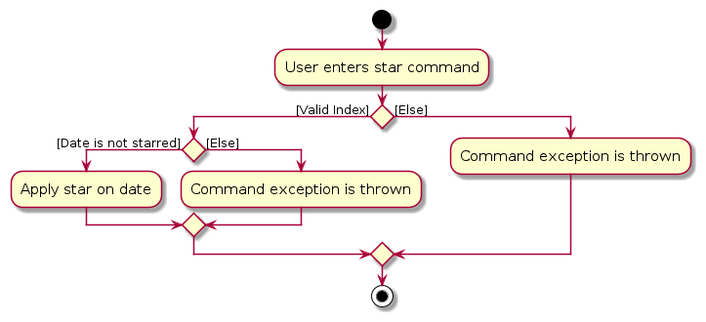
Above: diagrams/StarActivity.png in AY2324S1-CS2103T-F10-2/tp (PlantUML), before the change. Its source is kept beside it as diagrams/StarActivity.puml.
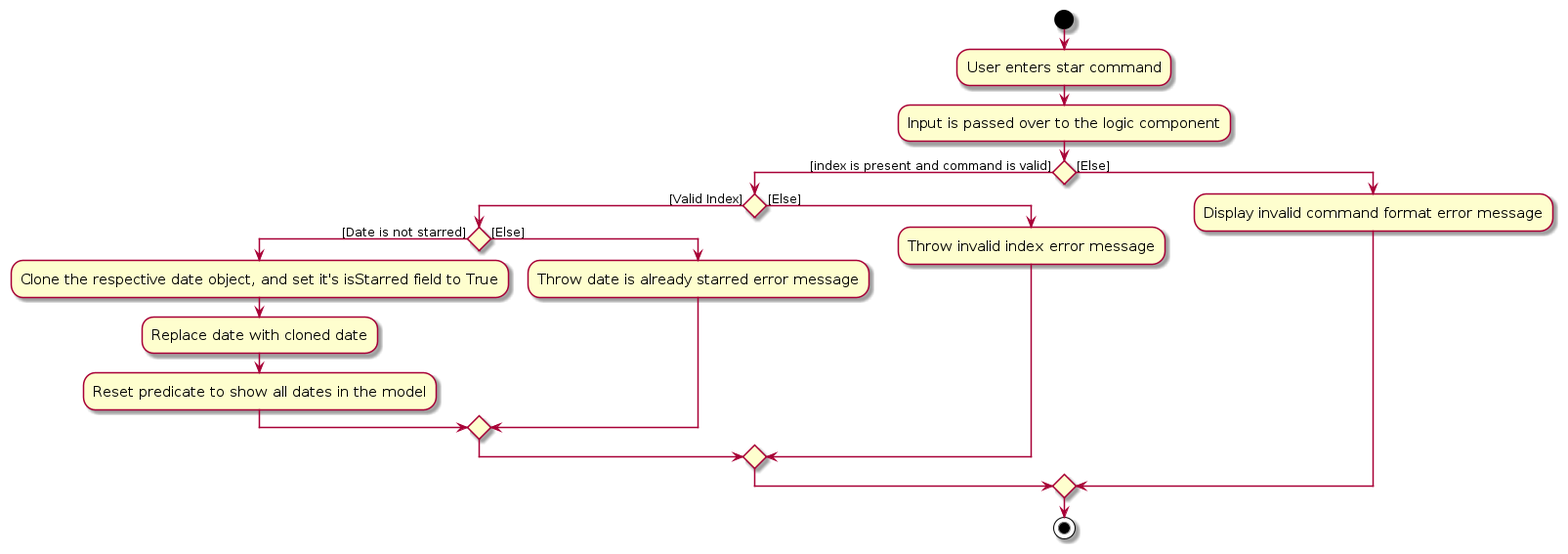
The same diagram one commit later.

Diff of the diagram source:
```diff
@@ -6,14 +6,23 @@
 start
 :User enters star command;
 
-if () then ([Valid Index])
-    if () then ([Date is not starred])
-        :Apply star on date;
+:Input is passed over to the logic component;
+if () then ([index is present and command is valid])
+    if () then ([Valid Index])
+        if () then ([Date is not starred])
+            :Clone the respective date object, and set it's isStarred field to True;
+
+            :Replace date with cloned date;
+
+            :Reset predicate to show all dates in the model;
+        else ([Else])
+            :Throw date is already starred error message;
+        endif
     else ([Else])
-        :Command exception is thrown;
+        :Throw invalid index error message;
     endif
 else ([Else])
-    :Command exception is thrown;
+    :Display invalid command format error message;
 endif
 
 stop
```
